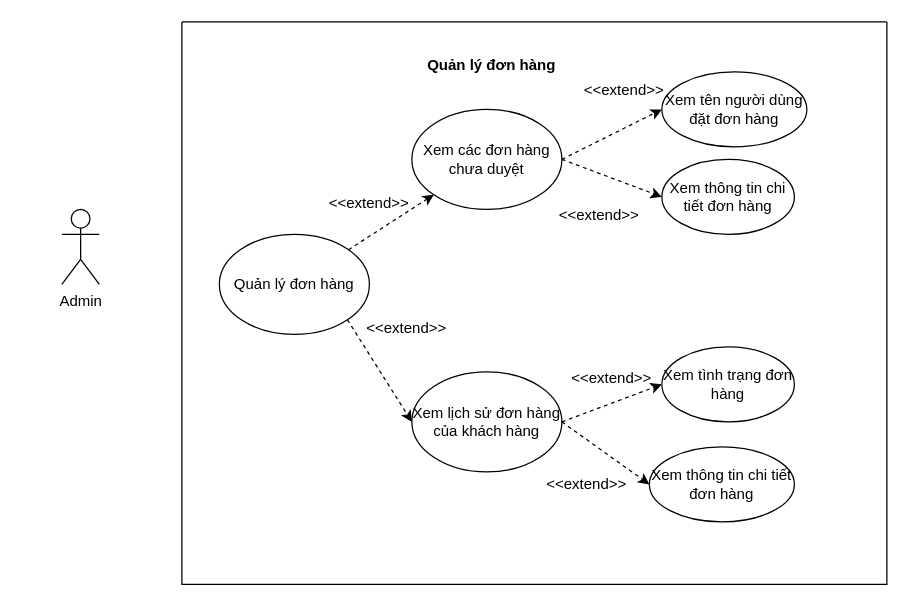
khanh8603/khanh8603 keeps this draw.io diagram as page "Use case đơn hàng admin'" (18 of 19) of Diagram for assign.drawio. Above is the earlier version. Source tidied: cells renumbered, new cells numbered last; positions are measured from the earlier drawing's top-left corner, leaving out a move shared by most shapes. Both pictures are drawn from the tidied source at 125%, with x=0, y=0 at pixel (61, 21).
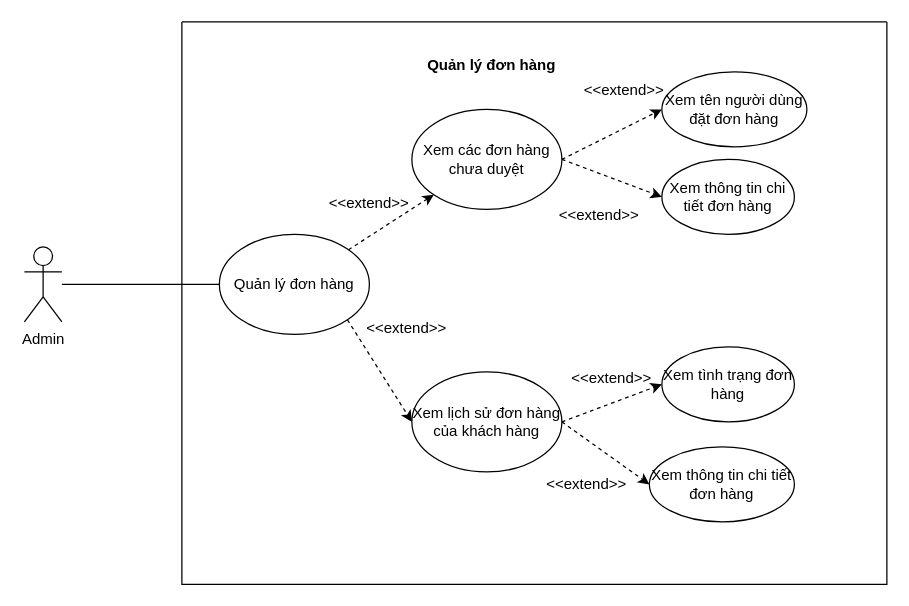
The same page after the edit.

Commit message:
Cập nhật Diagram for assign.drawio

The change refers to these unchanged cells:
```xml
<mxCell id="6" value="Quản lý đơn hàng" style="ellipse;whiteSpace=wrap;html=1;" parent="3" vertex="1">
  <mxGeometry x="30" y="170" width="120" height="80" as="geometry" />
</mxCell>
```

Diff of the diagram source:
```diff
@@
     <mxCell id="2" value="Admin" style="shape=umlActor;verticalLabelPosition=bottom;verticalAlign=top;html=1;outlineConnect=0;" parent="1" vertex="1">
-      <mxGeometry y="150" width="30" height="60" as="geometry" />
+      <mxGeometry x="-30" y="180" width="30" height="60" as="geometry" />
     </mxCell>
@@
+    <mxCell id="24" style="endArrow=none;html=1;rounded=0;entryX=0;entryY=0.5;entryDx=0;entryDy=0;" parent="1" edge="1" source="2" target="6">
+      <mxGeometry relative="1" as="geometry" />
+    </mxCell>
```
